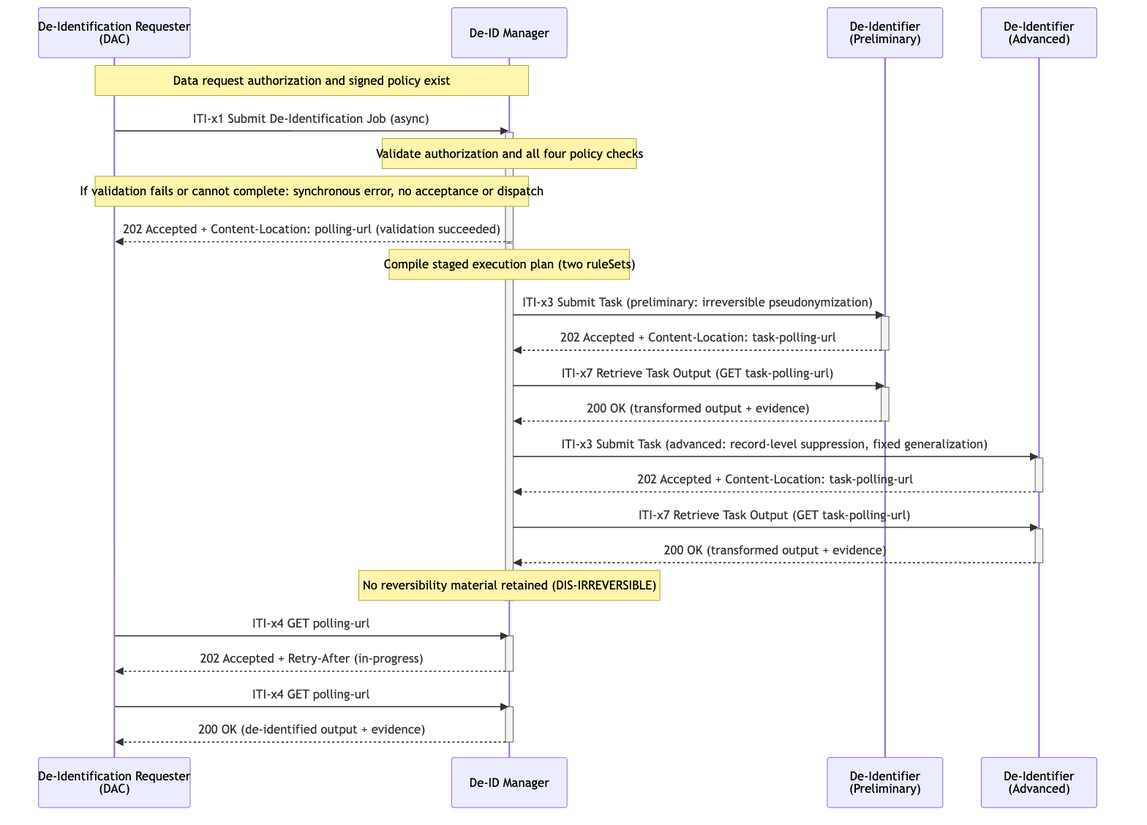
Before: input/images/dis-uc1-cross-border-study.png, a diagram exported from Mermaid (IHE/ITI.DIS). Its source is kept beside it as input/images-source/dis-uc1-cross-border-study.mmd.
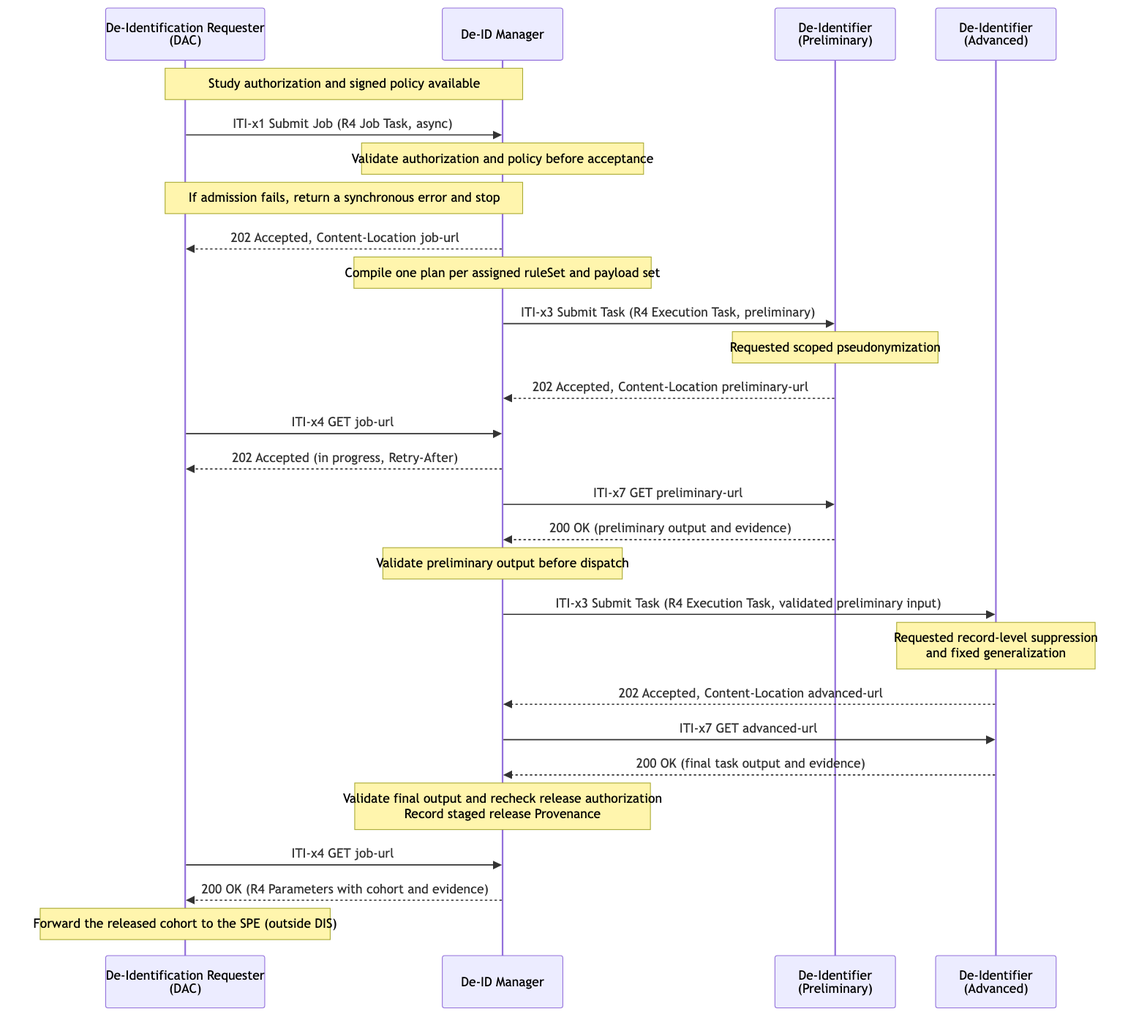
After the commit.

The edit, as a diff of the source:
```diff
@@ -4,47 +4,30 @@
     participant DI_P as De-Identifier<br/>(Preliminary)
     participant DI_A as De-Identifier<br/>(Advanced)
 
-    Note over DAC,MGR: Data request authorization and signed policy exist
+    Note over DAC,MGR: Study authorization and signed policy available
+    DAC->>MGR: ITI-x1 Submit Job (R4 Job Task, async)
+    Note over MGR: Validate authorization and policy before acceptance
+    Note over DAC,MGR: If admission fails, return a synchronous error and stop
+    MGR-->>DAC: 202 Accepted, Content-Location job-url
 
-    DAC->>MGR: ITI-x1 Submit De-Identification Job (async)
-    activate MGR
-    Note over MGR: Validate authorization and all four policy checks
-    Note over DAC,MGR: If validation fails or cannot complete: synchronous error, no acceptance or dispatch
-    MGR-->>DAC: 202 Accepted + Content-Location: polling-url (validation succeeded)
-    deactivate MGR
+    Note over MGR: Compile one plan per assigned ruleSet and payload set
+    MGR->>DI_P: ITI-x3 Submit Task (R4 Execution Task, preliminary)
+    Note over DI_P: Requested scoped pseudonymization
+    DI_P-->>MGR: 202 Accepted, Content-Location preliminary-url
 
-    activate MGR
-    Note over MGR: Compile staged execution plan (two ruleSets)
+    DAC->>MGR: ITI-x4 GET job-url
+    MGR-->>DAC: 202 Accepted (in progress, Retry-After)
 
-    MGR->>DI_P: ITI-x3 Submit Task (preliminary: irreversible pseudonymization)
-    activate DI_P
-    DI_P-->>MGR: 202 Accepted + Content-Location: task-polling-url
-    deactivate DI_P
+    MGR->>DI_P: ITI-x7 GET preliminary-url
+    DI_P-->>MGR: 200 OK (preliminary output and evidence)
+    Note over MGR: Validate preliminary output before dispatch
+    MGR->>DI_A: ITI-x3 Submit Task (R4 Execution Task, validated preliminary input)
+    Note over DI_A: Requested record-level suppression<br/>and fixed generalization
+    DI_A-->>MGR: 202 Accepted, Content-Location advanced-url
 
-    MGR->>DI_P: ITI-x7 Retrieve Task Output (GET task-polling-url)
-    activate DI_P
-    DI_P-->>MGR: 200 OK (transformed output + evidence)
-    deactivate DI_P
-
-    MGR->>DI_A: ITI-x3 Submit Task (advanced: record-level suppression, fixed generalization)
-    activate DI_A
-    DI_A-->>MGR: 202 Accepted + Content-Location: task-polling-url
-    deactivate DI_A
-
-    MGR->>DI_A: ITI-x7 Retrieve Task Output (GET task-polling-url)
-    activate DI_A
-    DI_A-->>MGR: 200 OK (transformed output + evidence)
-    deactivate DI_A
-
-    Note over MGR: No reversibility material retained (DIS-IRREVERSIBLE)
-    deactivate MGR
-
-    DAC->>MGR: ITI-x4 GET polling-url
-    activate MGR
-    MGR-->>DAC: 202 Accepted + Retry-After (in-progress)
-    deactivate MGR
-
-    DAC->>MGR: ITI-x4 GET polling-url
-    activate MGR
-    MGR-->>DAC: 200 OK (de-identified output + evidence)
-    deactivate MGR
+    MGR->>DI_A: ITI-x7 GET advanced-url
+    DI_A-->>MGR: 200 OK (final task output and evidence)
+    Note over MGR: Validate final output and recheck release authorization<br/>Record staged release Provenance
+    DAC->>MGR: ITI-x4 GET job-url
+    MGR-->>DAC: 200 OK (R4 Parameters with cohort and evidence)
+    Note over DAC: Forward the released cohort to the SPE (outside DIS)
```
